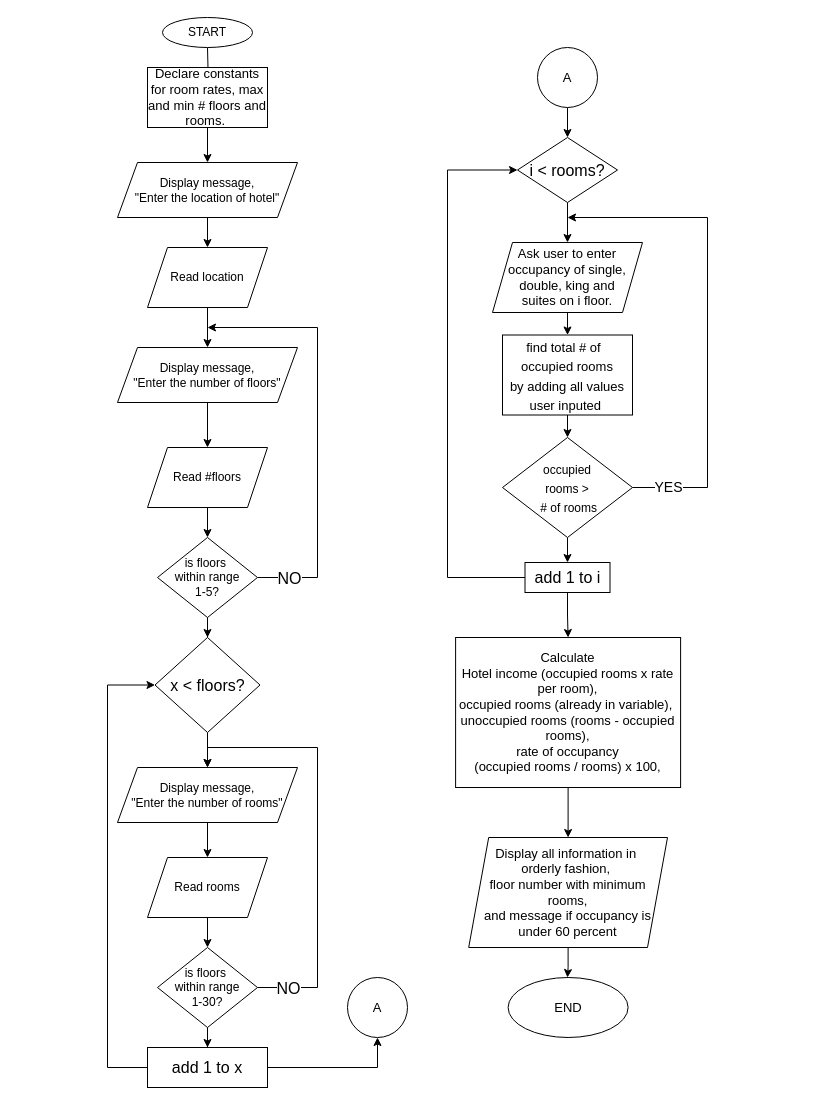
This is Flowcharts/Project_3_FC.drawio from ArminRezz/CMSC_140, a draw.io file, before an edit. Source tidied: cells renumbered, new cells numbered last; positions are measured from the earlier drawing's top-left corner, leaving out a move shared by most shapes. Both pictures are drawn from the tidied source at 100%, with x=0, y=0 at pixel (107, 17).
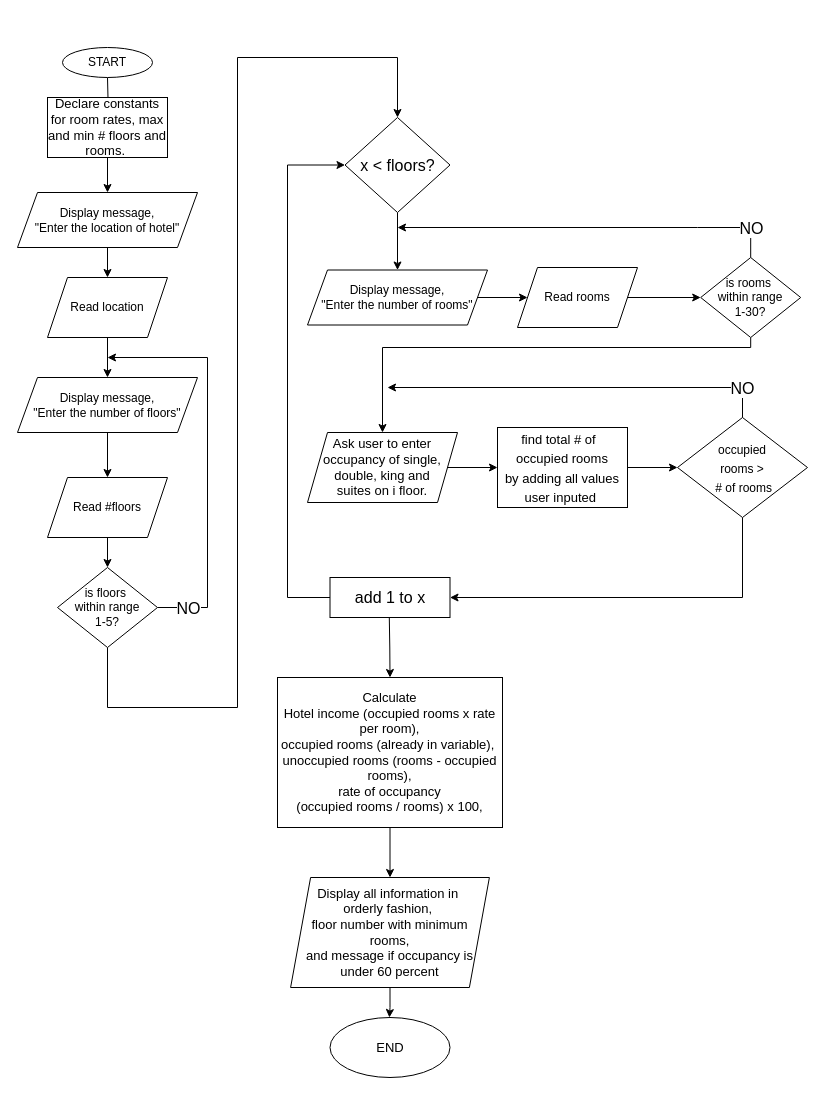
After the change.

Diff of the diagram source:
```diff
@@
     <mxCell id="2" style="edgeStyle=orthogonalEdgeStyle;rounded=0;jettySize=auto;html=1;fontSize=13;" parent="1" edge="1" target="43">
       <mxGeometry relative="1" as="geometry">
-        <mxPoint x="100" y="30" as="sourcePoint" />
+        <mxPoint y="60" as="sourcePoint" />
       </mxGeometry>
     </mxCell>
     <mxCell id="3" value="START" style="ellipse;whiteSpace=wrap;html=1;" parent="1" vertex="1">
-      <mxGeometry x="55" width="90" height="30" as="geometry" />
+      <mxGeometry x="-45" y="30" width="90" height="30" as="geometry" />
     </mxCell>
@@
     <mxCell id="5" value="Display message, &lt;br&gt;&quot;Enter the location of hotel&quot;" style="shape=parallelogram;perimeter=parallelogramPerimeter;whiteSpace=wrap;html=1;fixedSize=1;" parent="1" vertex="1">
-      <mxGeometry x="10" y="145" width="180" height="55" as="geometry" />
+      <mxGeometry x="-90" y="175" width="180" height="55" as="geometry" />
     </mxCell>
@@
     <mxCell id="7" value="Read location" style="shape=parallelogram;perimeter=parallelogramPerimeter;whiteSpace=wrap;html=1;fixedSize=1;" parent="1" vertex="1">
-      <mxGeometry x="40" y="230" width="120" height="60" as="geometry" />
+      <mxGeometry x="-60" y="260" width="120" height="60" as="geometry" />
     </mxCell>
@@
     <mxCell id="9" value="Display message, &lt;br&gt;&quot;Enter the number of floors&quot;" style="shape=parallelogram;perimeter=parallelogramPerimeter;whiteSpace=wrap;html=1;fixedSize=1;" parent="1" vertex="1">
-      <mxGeometry x="10" y="330" width="180" height="55" as="geometry" />
+      <mxGeometry x="-90" y="360" width="180" height="55" as="geometry" />
     </mxCell>
@@
     <mxCell id="11" value="Read #floors" style="shape=parallelogram;perimeter=parallelogramPerimeter;whiteSpace=wrap;html=1;fixedSize=1;" parent="1" vertex="1">
-      <mxGeometry x="40" y="430" width="120" height="60" as="geometry" />
+      <mxGeometry x="-60" y="460" width="120" height="60" as="geometry" />
     </mxCell>
     <mxCell id="12" style="edgeStyle=orthogonalEdgeStyle;rounded=0;jettySize=auto;html=1;" parent="1" edge="1" source="15">
       <mxGeometry relative="1" as="geometry">
-        <mxPoint x="100" y="310" as="targetPoint" />
+        <mxPoint y="340" as="targetPoint" />
         <Array as="points">
-          <mxPoint x="210" y="560" />
-          <mxPoint x="210" y="310" />
+          <mxPoint x="100" y="590" />
+          <mxPoint x="100" y="340" />
         </Array>
       </mxGeometry>
     </mxCell>
@@
-    <mxCell id="14" style="edgeStyle=orthogonalEdgeStyle;rounded=0;jettySize=auto;html=1;fontSize=13;" parent="1" edge="1" source="15" target="38">
-      <mxGeometry relative="1" as="geometry" />
+    <mxCell id="14" style="edgeStyle=orthogonalEdgeStyle;rounded=0;jettySize=auto;html=1;entryX=0.5;entryY=0;entryDx=0;entryDy=0;" parent="1" edge="1" source="15" target="38">
+      <mxGeometry relative="1" as="geometry">
+        <Array as="points">
+          <mxPoint y="690" />
+          <mxPoint x="130" y="690" />
+          <mxPoint x="130" y="40" />
+          <mxPoint x="290" y="40" />
+        </Array>
+      </mxGeometry>
     </mxCell>
     <mxCell id="15" value="is floors&amp;nbsp;&lt;br&gt;within range&lt;br&gt;1-5?" style="rhombus;whiteSpace=wrap;html=1;" parent="1" vertex="1">
-      <mxGeometry x="50" y="520" width="100" height="80" as="geometry" />
+      <mxGeometry x="-50" y="550" width="100" height="80" as="geometry" />
     </mxCell>
@@
     <mxCell id="17" value="Display message, &lt;br&gt;&quot;Enter the number of rooms&quot;" style="shape=parallelogram;perimeter=parallelogramPerimeter;whiteSpace=wrap;html=1;fixedSize=1;" parent="1" vertex="1">
-      <mxGeometry x="10" y="750" width="180" height="55" as="geometry" />
+      <mxGeometry x="200" y="252.5" width="180" height="55" as="geometry" />
     </mxCell>
@@
     <mxCell id="19" value="Read rooms" style="shape=parallelogram;perimeter=parallelogramPerimeter;whiteSpace=wrap;html=1;fixedSize=1;" parent="1" vertex="1">
-      <mxGeometry x="40" y="840" width="120" height="60" as="geometry" />
+      <mxGeometry x="410" y="250" width="120" height="60" as="geometry" />
     </mxCell>
     <mxCell id="20" style="edgeStyle=orthogonalEdgeStyle;rounded=0;jettySize=auto;html=1;fontSize=16;" parent="1" edge="1" source="23">
       <mxGeometry relative="1" as="geometry">
-        <mxPoint x="100" y="750" as="targetPoint" />
+        <mxPoint x="290" y="210" as="targetPoint" />
         <Array as="points">
-          <mxPoint x="210" y="970" />
-          <mxPoint x="210" y="730" />
-          <mxPoint x="100" y="730" />
+          <mxPoint x="590" y="210" />
+          <mxPoint x="290" y="210" />
         </Array>
       </mxGeometry>
     </mxCell>
     <mxCell id="21" value="NO" style="edgeLabel;html=1;align=center;verticalAlign=middle;fontSize=16;" parent="20" vertex="1">
       <mxGeometry x="0.12" y="-4" relative="1" as="geometry">
-        <mxPoint x="-34" y="181" as="offset" />
+        <mxPoint x="185" y="4" as="offset" />
       </mxGeometry>
     </mxCell>
-    <mxCell id="22" style="edgeStyle=orthogonalEdgeStyle;rounded=0;jettySize=auto;html=1;fontSize=13;" parent="1" edge="1" source="23" target="41">
-      <mxGeometry relative="1" as="geometry" />
-    </mxCell>
+    <mxCell id="52" style="edgeStyle=orthogonalEdgeStyle;rounded=0;jettySize=auto;html=1;entryX=0.5;entryY=0;entryDx=0;entryDy=0;" parent="1" edge="1" source="23" target="33">
+      <mxGeometry relative="1" as="geometry">
+        <Array as="points">
+          <mxPoint x="643" y="330" />
+          <mxPoint x="275" y="330" />
+        </Array>
+      </mxGeometry>
+    </mxCell>
-    <mxCell id="23" value="is floors&amp;nbsp;&lt;br&gt;within range&lt;br&gt;1-30?" style="rhombus;whiteSpace=wrap;html=1;" parent="1" vertex="1">
-      <mxGeometry x="50" y="930" width="100" height="80" as="geometry" />
+    <mxCell id="23" value="is rooms&amp;nbsp;&lt;br&gt;within range&lt;br&gt;1-30?" style="rhombus;whiteSpace=wrap;html=1;" parent="1" vertex="1">
+      <mxGeometry x="593.2" y="240" width="100" height="80" as="geometry" />
     </mxCell>
-    <mxCell id="24" style="edgeStyle=orthogonalEdgeStyle;rounded=0;jettySize=auto;html=1;fontSize=13;" parent="1" edge="1" source="25" target="33">
-      <mxGeometry relative="1" as="geometry" />
-    </mxCell>
-    <mxCell id="25" value="i &amp;lt; rooms?" style="rhombus;whiteSpace=wrap;html=1;fontSize=16;" parent="1" vertex="1">
-      <mxGeometry x="410" y="120" width="100" height="65" as="geometry" />
-    </mxCell>
-    <mxCell id="26" style="edgeStyle=orthogonalEdgeStyle;rounded=0;jettySize=auto;html=1;fontSize=14;" parent="1" edge="1" source="29">
-      <mxGeometry relative="1" as="geometry">
-        <mxPoint x="460" y="200" as="targetPoint" />
-        <Array as="points">
-          <mxPoint x="600" y="470" />
-          <mxPoint x="600" y="200" />
-        </Array>
-      </mxGeometry>
-    </mxCell>
-    <mxCell id="27" value="YES" style="edgeLabel;html=1;align=center;verticalAlign=middle;fontSize=14;" parent="26" vertex="1">
-      <mxGeometry x="-0.18" y="-5" relative="1" as="geometry">
-        <mxPoint x="-45" y="123" as="offset" />
-      </mxGeometry>
-    </mxCell>
-    <mxCell id="28" style="edgeStyle=orthogonalEdgeStyle;rounded=0;jettySize=auto;html=1;fontSize=13;" parent="1" edge="1" source="29" target="36">
-      <mxGeometry relative="1" as="geometry" />
-    </mxCell>
+    <mxCell id="53" style="edgeStyle=orthogonalEdgeStyle;rounded=0;jettySize=auto;html=1;entryX=1;entryY=0.5;entryDx=0;entryDy=0;" parent="1" edge="1" source="29" target="41">
+      <mxGeometry relative="1" as="geometry">
+        <Array as="points">
+          <mxPoint x="635" y="580" />
+        </Array>
+      </mxGeometry>
+    </mxCell>
     <mxCell id="29" value="&lt;font style=&quot;font-size: 12px&quot;&gt;occupied &lt;br&gt;rooms &amp;gt;&lt;br&gt;&amp;nbsp;# of rooms&lt;/font&gt;" style="rhombus;whiteSpace=wrap;html=1;fontSize=16;" parent="1" vertex="1">
-      <mxGeometry x="395" y="420" width="130" height="100" as="geometry" />
+      <mxGeometry x="570" y="400" width="130" height="100" as="geometry" />
     </mxCell>
@@
     <mxCell id="31" value="&lt;font style=&quot;font-size: 13px&quot;&gt;find total # of&amp;nbsp;&amp;nbsp;&lt;br&gt;occupied rooms&lt;br&gt;by adding all values user inputed&amp;nbsp;&lt;/font&gt;" style="whiteSpace=wrap;html=1;fontSize=16;" parent="1" vertex="1">
-      <mxGeometry x="395" y="317.5" width="130" height="80" as="geometry" />
+      <mxGeometry x="390" y="410" width="130" height="80" as="geometry" />
     </mxCell>
@@
     <mxCell id="33" value="&lt;span&gt;Ask user to enter &lt;br&gt;occupancy of single, &lt;br&gt;double, king and &lt;br&gt;suites on i floor.&lt;/span&gt;" style="shape=parallelogram;perimeter=parallelogramPerimeter;whiteSpace=wrap;html=1;fixedSize=1;fontSize=13;" parent="1" vertex="1">
-      <mxGeometry x="385" y="225" width="150" height="70" as="geometry" />
+      <mxGeometry x="200" y="415" width="150" height="70" as="geometry" />
     </mxCell>
-    <mxCell id="34" style="edgeStyle=orthogonalEdgeStyle;rounded=0;jettySize=auto;html=1;fontSize=13;entryX=0;entryY=0.5;entryDx=0;entryDy=0;" parent="1" edge="1" source="36" target="25">
-      <mxGeometry relative="1" as="geometry">
-        <Array as="points">
-          <mxPoint x="340" y="560" />
-          <mxPoint x="340" y="153" />
-        </Array>
-      </mxGeometry>
-    </mxCell>
-    <mxCell id="35" style="edgeStyle=orthogonalEdgeStyle;rounded=0;jettySize=auto;html=1;fontSize=13;" parent="1" edge="1" source="36" target="48">
-      <mxGeometry relative="1" as="geometry" />
+    <mxCell id="35" style="edgeStyle=orthogonalEdgeStyle;rounded=0;jettySize=auto;html=1;fontSize=13;" parent="1" edge="1" target="48">
+      <mxGeometry relative="1" as="geometry">
+        <mxPoint x="281.8" y="600" as="sourcePoint" />
+      </mxGeometry>
     </mxCell>
-    <mxCell id="36" value="add 1 to i" style="whiteSpace=wrap;html=1;fontSize=16;" parent="1" vertex="1">
-      <mxGeometry x="417.5" y="545" width="85" height="30" as="geometry" />
-    </mxCell>
-    <mxCell id="37" style="edgeStyle=orthogonalEdgeStyle;rounded=0;jettySize=auto;html=1;fontSize=13;" parent="1" edge="1" source="38" target="17">
+    <mxCell id="37" style="edgeStyle=orthogonalEdgeStyle;rounded=0;jettySize=auto;html=1;" parent="1" edge="1" source="38" target="17">
       <mxGeometry relative="1" as="geometry" />
     </mxCell>
     <mxCell id="38" value="x &amp;lt; floors?" style="rhombus;whiteSpace=wrap;html=1;fontSize=16;" parent="1" vertex="1">
-      <mxGeometry x="47.5" y="620" width="105" height="95" as="geometry" />
+      <mxGeometry x="237.5" y="100" width="105" height="95" as="geometry" />
     </mxCell>
     <mxCell id="39" style="edgeStyle=orthogonalEdgeStyle;rounded=0;jettySize=auto;html=1;entryX=0;entryY=0.5;entryDx=0;entryDy=0;fontSize=13;" parent="1" edge="1" source="41" target="38">
       <mxGeometry relative="1" as="geometry">
         <Array as="points">
-          <mxPoint y="1050" />
-          <mxPoint y="668" />
+          <mxPoint x="180" y="580" />
+          <mxPoint x="180" y="147" />
         </Array>
       </mxGeometry>
     </mxCell>
-    <mxCell id="40" style="edgeStyle=orthogonalEdgeStyle;rounded=0;jettySize=auto;html=1;fontSize=13;" parent="1" edge="1" source="41" target="44">
-      <mxGeometry relative="1" as="geometry" />
-    </mxCell>
     <mxCell id="41" value="add 1 to x" style="whiteSpace=wrap;html=1;fontSize=16;" parent="1" vertex="1">
-      <mxGeometry x="40" y="1030" width="120" height="40" as="geometry" />
+      <mxGeometry x="222.5" y="560" width="120" height="40" as="geometry" />
     </mxCell>
@@
     <mxCell id="43" value="Declare constants for room rates, max and min # floors and rooms.&amp;nbsp;" style="rounded=0;whiteSpace=wrap;html=1;fontSize=13;" parent="1" vertex="1">
-      <mxGeometry x="40" y="50" width="120" height="60" as="geometry" />
+      <mxGeometry x="-60" y="80" width="120" height="60" as="geometry" />
     </mxCell>
-    <mxCell id="44" value="A" style="ellipse;whiteSpace=wrap;html=1;fontSize=13;" parent="1" vertex="1">
-      <mxGeometry x="240" y="960" width="60" height="60" as="geometry" />
-    </mxCell>
-    <mxCell id="45" style="edgeStyle=orthogonalEdgeStyle;rounded=0;jettySize=auto;html=1;fontSize=13;" parent="1" edge="1" source="46" target="25">
-      <mxGeometry relative="1" as="geometry" />
-    </mxCell>
-    <mxCell id="46" value="A" style="ellipse;whiteSpace=wrap;html=1;fontSize=13;" parent="1" vertex="1">
-      <mxGeometry x="430" y="30" width="60" height="60" as="geometry" />
-    </mxCell>
@@
     <mxCell id="48" value="Calculate&lt;br&gt;Hotel income (occupied rooms x rate per room),&lt;br&gt;occupied rooms (already in variable),&amp;nbsp;&lt;br&gt;unoccupied rooms (rooms - occupied rooms),&lt;br&gt;rate of occupancy &lt;br&gt;(occupied rooms / rooms) x 100,&lt;br&gt;" style="rounded=0;whiteSpace=wrap;html=1;fontSize=13;" parent="1" vertex="1">
-      <mxGeometry x="348.1" y="620" width="225" height="150" as="geometry" />
+      <mxGeometry x="170" y="660" width="225" height="150" as="geometry" />
     </mxCell>
     <mxCell id="49" style="edgeStyle=orthogonalEdgeStyle;rounded=0;jettySize=auto;html=1;fontSize=13;" parent="1" edge="1" source="50">
       <mxGeometry relative="1" as="geometry">
-        <mxPoint x="460" y="960" as="targetPoint" />
+        <mxPoint x="281.9" y="1000" as="targetPoint" />
       </mxGeometry>
     </mxCell>
     <mxCell id="50" value="Display all information in&amp;nbsp;&lt;br&gt;orderly fashion,&amp;nbsp;&lt;br&gt;floor number with minimum rooms,&lt;br&gt;and message if occupancy is under 60 percent" style="shape=parallelogram;perimeter=parallelogramPerimeter;whiteSpace=wrap;html=1;fixedSize=1;rounded=0;fontSize=13;" parent="1" vertex="1">
-      <mxGeometry x="361.2" y="820" width="198.8" height="110" as="geometry" />
+      <mxGeometry x="183.1" y="860" width="198.8" height="110" as="geometry" />
     </mxCell>
     <mxCell id="51" value="END" style="ellipse;whiteSpace=wrap;html=1;rounded=0;fontSize=13;" parent="1" vertex="1">
-      <mxGeometry x="400.6" y="960" width="120" height="60" as="geometry" />
+      <mxGeometry x="222.5" y="1000" width="120" height="60" as="geometry" />
     </mxCell>
+    <mxCell id="54" style="edgeStyle=orthogonalEdgeStyle;rounded=0;jettySize=auto;html=1;fontSize=16;exitX=0.5;exitY=0;exitDx=0;exitDy=0;" parent="1" edge="1" source="29">
+      <mxGeometry relative="1" as="geometry">
+        <mxPoint x="280" y="370" as="targetPoint" />
+        <Array as="points">
+          <mxPoint x="635" y="370" />
+        </Array>
+      </mxGeometry>
+    </mxCell>
+    <mxCell id="55" value="NO" style="edgeLabel;html=1;align=center;verticalAlign=middle;fontSize=16;" parent="54" vertex="1">
+      <mxGeometry x="0.12" y="-4" relative="1" as="geometry">
+        <mxPoint x="185" y="4" as="offset" />
+      </mxGeometry>
+    </mxCell>
```
